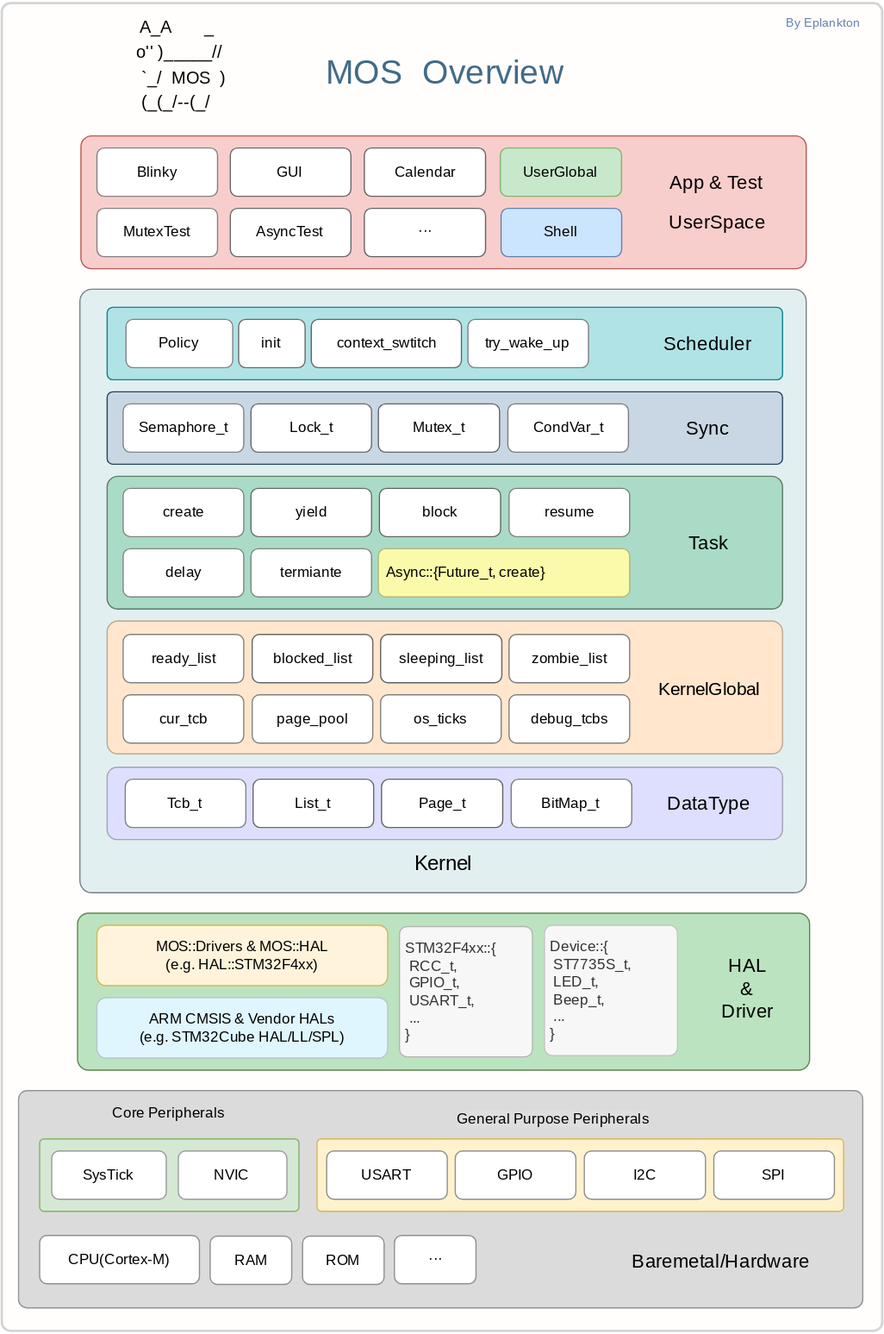
Above: Pic/mos-arch.svg in Eplankton/mos-stm32 (draw.io), before the change. Source tidied: cells renumbered, new cells last; positions are measured from the earlier drawing's top-left corner, leaving out a move shared by most shapes.
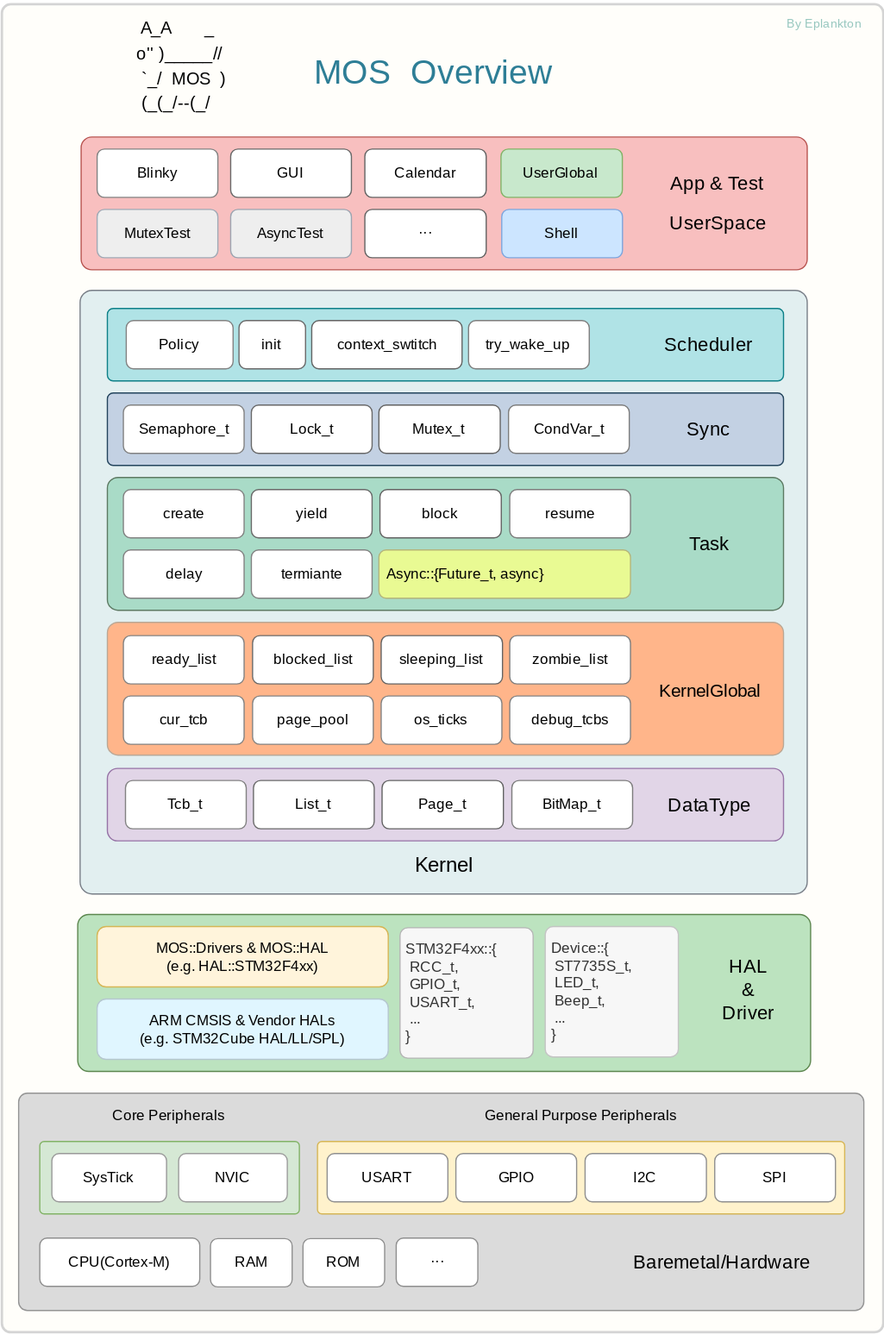
The same file after the commit.

The edit, as a diff of the source:
```diff
@@ -4,3 +4,3 @@
     <mxCell id="1" parent="0" />
-    <mxCell id="2" style="rounded=1;whiteSpace=wrap;html=1;arcSize=1;labelPosition=center;verticalLabelPosition=top;align=center;verticalAlign=bottom;strokeWidth=2;strokeColor=#D4D4D4;fillColor=#FFFEFC;" parent="1" vertex="1">
+    <mxCell id="2" style="rounded=1;whiteSpace=wrap;html=1;arcSize=1;labelPosition=center;verticalLabelPosition=top;align=center;verticalAlign=bottom;strokeWidth=2;strokeColor=#D4D4D4;fillColor=#FFFEFA;" parent="1" vertex="1">
       <mxGeometry y="3" width="730" height="1100" as="geometry" />
@@ -10,3 +10,3 @@
     </mxCell>
-    <mxCell id="4" style="rounded=1;whiteSpace=wrap;html=1;arcSize=14;fillColor=#DEDFFF;strokeColor=#A5A1B5;" parent="1" vertex="1">
+    <mxCell id="4" style="rounded=1;whiteSpace=wrap;html=1;arcSize=14;fillColor=#e1d5e7;strokeColor=#9673a6;" parent="1" vertex="1">
       <mxGeometry x="87.4" y="636" width="560" height="60" as="geometry" />
@@ -28,3 +28,3 @@
     </mxCell>
-    <mxCell id="10" style="rounded=1;whiteSpace=wrap;html=1;arcSize=8;fillColor=#FFE6CC;strokeColor=#BAA896;" parent="1" vertex="1">
+    <mxCell id="10" style="rounded=1;whiteSpace=wrap;html=1;arcSize=8;fillColor=#FFB58A;strokeColor=#BAA896;" parent="1" vertex="1">
       <mxGeometry x="87.4" y="515" width="560" height="110" as="geometry" />
@@ -82,3 +82,3 @@
     </mxCell>
-    <mxCell id="28" style="rounded=1;whiteSpace=wrap;html=1;arcSize=8;fillColor=#C8D7E3;strokeColor=#23445d;" parent="1" vertex="1">
+    <mxCell id="28" style="rounded=1;whiteSpace=wrap;html=1;arcSize=8;fillColor=#C3D1E3;strokeColor=#23445d;" parent="1" vertex="1">
       <mxGeometry x="87.4" y="325" width="560" height="60" as="geometry" />
@@ -100,3 +100,3 @@
     </mxCell>
-    <mxCell id="34" value="&lt;div align=&quot;left&quot;&gt;&lt;font face=&quot;JetBrains Mono&quot;&gt;&amp;nbsp; Async::{Future_t, create}&lt;/font&gt;&lt;/div&gt;" style="rounded=1;whiteSpace=wrap;html=1;strokeColor=#B5B57B;align=left;fillColor=#FAFAAA;" parent="1" vertex="1">
+    <mxCell id="34" value="&lt;div align=&quot;left&quot;&gt;&lt;font face=&quot;JetBrains Mono&quot;&gt;&amp;nbsp; Async::{Future_t, async}&lt;/font&gt;&lt;/div&gt;" style="rounded=1;whiteSpace=wrap;html=1;strokeColor=#B5B57B;align=left;fillColor=#E9FA93;" parent="1" vertex="1">
       <mxGeometry x="312.2" y="455" width="208.4" height="40" as="geometry" />
@@ -122,33 +122,33 @@
     <mxCell id="41" style="rounded=1;whiteSpace=wrap;html=1;arcSize=4;labelPosition=left;verticalLabelPosition=middle;align=right;verticalAlign=middle;fillColor=#DBDBDB;strokeColor=#949494;fontColor=#333333;" parent="1" vertex="1">
-      <mxGeometry x="13.9" y="904" width="700" height="180" as="geometry" />
+      <mxGeometry x="13.9" y="905" width="700" height="180" as="geometry" />
     </mxCell>
     <mxCell id="42" style="rounded=1;whiteSpace=wrap;html=1;arcSize=6;align=center;fontFamily=JetBrains Mono;fontSource=https%3A%2F%2Ffonts.googleapis.com%2Fcss%3Ffamily%3DJetBrains%2BMono;labelPosition=center;verticalLabelPosition=top;verticalAlign=bottom;fillColor=#fff2cc;strokeColor=#d6b656;" parent="1" vertex="1">
-      <mxGeometry x="261.4" y="944" width="436.6" height="60" as="geometry" />
+      <mxGeometry x="261.4" y="945" width="436.6" height="60" as="geometry" />
     </mxCell>
     <mxCell id="43" value="&lt;p align=&quot;center&quot; style=&quot;line-height: 130%;&quot;&gt;&lt;/p&gt;&lt;div align=&quot;center&quot;&gt;Core Peripherals&lt;/div&gt;&lt;p align=&quot;center&quot;&gt;&lt;/p&gt;" style="rounded=1;whiteSpace=wrap;html=1;arcSize=6;align=center;fontFamily=JetBrains Mono;fontSource=https%3A%2F%2Ffonts.googleapis.com%2Fcss%3Ffamily%3DJetBrains%2BMono;labelPosition=center;verticalLabelPosition=top;verticalAlign=bottom;fillColor=#d5e8d4;strokeColor=#82b366;" parent="1" vertex="1">
-      <mxGeometry x="31.4" y="944" width="215" height="60" as="geometry" />
+      <mxGeometry x="31.4" y="945" width="215" height="60" as="geometry" />
     </mxCell>
     <mxCell id="44" value="&lt;font face=&quot;JetBrains Mono&quot;&gt;GPIO&lt;/font&gt;" style="rounded=1;whiteSpace=wrap;html=1;strokeColor=#8F8F8F;" parent="1" vertex="1">
-      <mxGeometry x="376" y="954" width="100" height="40" as="geometry" />
+      <mxGeometry x="376" y="955" width="100" height="40" as="geometry" />
     </mxCell>
     <mxCell id="45" value="&lt;font face=&quot;JetBrains Mono&quot;&gt;I2C&lt;/font&gt;" style="rounded=1;whiteSpace=wrap;html=1;strokeColor=#8F8F8F;" parent="1" vertex="1">
-      <mxGeometry x="483" y="954" width="100.5" height="40" as="geometry" />
+      <mxGeometry x="483" y="955" width="100.5" height="40" as="geometry" />
     </mxCell>
     <mxCell id="46" value="&lt;font face=&quot;JetBrains Mono&quot;&gt;SPI&lt;/font&gt;" style="rounded=1;whiteSpace=wrap;html=1;align=center;verticalAlign=middle;fontStyle=0;strokeColor=#8F8F8F;" parent="1" vertex="1">
-      <mxGeometry x="590.4" y="954" width="100" height="40" as="geometry" />
+      <mxGeometry x="590.4" y="955" width="100" height="40" as="geometry" />
     </mxCell>
     <mxCell id="47" value="&lt;font face=&quot;JetBrains Mono&quot;&gt;SysTick&lt;/font&gt;" style="rounded=1;whiteSpace=wrap;html=1;strokeColor=#999999;" parent="1" vertex="1">
-      <mxGeometry x="41.4" y="954" width="95" height="40" as="geometry" />
+      <mxGeometry x="41.4" y="955" width="95" height="40" as="geometry" />
     </mxCell>
     <mxCell id="48" value="&lt;font face=&quot;JetBrains Mono&quot;&gt;NVIC&lt;/font&gt;" style="rounded=1;whiteSpace=wrap;html=1;strokeColor=#9C9C9C;" parent="1" vertex="1">
-      <mxGeometry x="146.4" y="954" width="90" height="40" as="geometry" />
+      <mxGeometry x="146.4" y="955" width="90" height="40" as="geometry" />
     </mxCell>
     <mxCell id="49" value="&lt;font face=&quot;JetBrains Mono&quot;&gt;USART&lt;/font&gt;" style="rounded=1;whiteSpace=wrap;html=1;strokeColor=#8F8F8F;" parent="1" vertex="1">
-      <mxGeometry x="269.4" y="954" width="100" height="40" as="geometry" />
+      <mxGeometry x="269.4" y="955" width="100" height="40" as="geometry" />
     </mxCell>
     <mxCell id="50" value="&lt;font style=&quot;font-size: 16px;&quot; face=&quot;JetBrains Mono&quot;&gt;Baremetal/Hardware&lt;/font&gt;" style="text;html=1;align=center;verticalAlign=middle;strokeColor=none;fillColor=none;" parent="1" vertex="1">
-      <mxGeometry x="496.4" y="1029.5" width="200" height="30" as="geometry" />
+      <mxGeometry x="496.4" y="1030.5" width="200" height="30" as="geometry" />
     </mxCell>
     <mxCell id="51" value="&lt;div&gt;&lt;font face=&quot;JetBrains Mono&quot;&gt;CPU(Cortex-M)&lt;/font&gt;&lt;/div&gt;" style="rounded=1;whiteSpace=wrap;html=1;strokeColor=#8F8F8F;" parent="1" vertex="1">
-      <mxGeometry x="31.4" y="1024" width="132.5" height="40" as="geometry" />
+      <mxGeometry x="31.4" y="1025" width="132.5" height="40" as="geometry" />
     </mxCell>
@@ -164,3 +164,3 @@
     <mxCell id="55" value="&lt;font face=&quot;JetBrains Mono&quot;&gt;ROM&lt;/font&gt;" style="rounded=1;whiteSpace=wrap;html=1;strokeColor=#8F8F8F;" parent="1" vertex="1">
-      <mxGeometry x="249.4" y="1024.5" width="67.6" height="40" as="geometry" />
+      <mxGeometry x="249.4" y="1025.5" width="67.6" height="40" as="geometry" />
     </mxCell>
@@ -169,3 +169,3 @@
     </mxCell>
-    <mxCell id="57" style="rounded=1;whiteSpace=wrap;html=1;arcSize=8;fillColor=#f8cecc;strokeColor=#b85450;" parent="1" vertex="1">
+    <mxCell id="57" style="rounded=1;whiteSpace=wrap;html=1;arcSize=8;fillColor=#F8BFBF;strokeColor=#b85450;" parent="1" vertex="1">
       <mxGeometry x="65.6" y="113" width="601.4" height="110" as="geometry" />
@@ -178,3 +178,3 @@
     </mxCell>
-    <mxCell id="60" value="&lt;font face=&quot;JetBrains Mono&quot;&gt;Shell&lt;/font&gt;" style="rounded=1;whiteSpace=wrap;html=1;align=center;verticalAlign=middle;fontStyle=0;strokeColor=#6281AD;fillColor=#cce5ff;" parent="1" vertex="1">
+    <mxCell id="60" value="&lt;font face=&quot;JetBrains Mono&quot;&gt;Shell&lt;/font&gt;" style="rounded=1;whiteSpace=wrap;html=1;align=center;verticalAlign=middle;fontStyle=0;strokeColor=#7DA6DE;fillColor=#cce5ff;" parent="1" vertex="1">
       <mxGeometry x="414" y="173" width="100" height="40" as="geometry" />
@@ -187,6 +187,6 @@
     </mxCell>
-    <mxCell id="63" value="&lt;font face=&quot;JetBrains Mono&quot;&gt;AsyncTest&lt;/font&gt;" style="rounded=1;whiteSpace=wrap;html=1;strokeColor=#696969;" parent="1" vertex="1">
+    <mxCell id="63" value="&lt;font face=&quot;JetBrains Mono&quot;&gt;AsyncTest&lt;/font&gt;" style="rounded=1;whiteSpace=wrap;html=1;strokeColor=#9CA4B0;fillColor=#eeeeee;" parent="1" vertex="1">
       <mxGeometry x="189.5" y="173" width="100" height="40" as="geometry" />
     </mxCell>
-    <mxCell id="64" value="&lt;font face=&quot;JetBrains Mono&quot;&gt;MutexTest&lt;/font&gt;" style="rounded=1;whiteSpace=wrap;html=1;strokeColor=#828282;" parent="1" vertex="1">
+    <mxCell id="64" value="&lt;font face=&quot;JetBrains Mono&quot;&gt;MutexTest&lt;/font&gt;" style="rounded=1;whiteSpace=wrap;html=1;strokeColor=#A0A9B5;fillColor=#eeeeee;" parent="1" vertex="1">
       <mxGeometry x="78.9" y="173" width="100" height="40" as="geometry" />
@@ -199,6 +199,6 @@
     </mxCell>
-    <mxCell id="67" value="&lt;h2 style=&quot;font-size: 28px;&quot;&gt;&lt;font color=&quot;#426b87&quot; style=&quot;font-size: 28px;&quot; face=&quot;Protest Strike&quot;&gt;&lt;span style=&quot;font-weight: normal;&quot;&gt;MOS&amp;nbsp; Overview&lt;/span&gt;&lt;/font&gt;&lt;font color=&quot;#426b87&quot; style=&quot;font-size: 28px;&quot; face=&quot;Protest Strike&quot;&gt;&lt;span style=&quot;font-weight: normal;&quot;&gt;&lt;br&gt;&lt;/span&gt;&lt;/font&gt;&lt;/h2&gt;" style="text;html=1;align=center;verticalAlign=middle;strokeColor=none;fillColor=none;" parent="1" vertex="1">
-      <mxGeometry x="267.4" y="15" width="200" height="90" as="geometry" />
+    <mxCell id="67" value="&lt;h2 style=&quot;font-size: 28px;&quot;&gt;&lt;font color=&quot;#2e7e96&quot; style=&quot;font-size: 28px;&quot; face=&quot;Protest Strike&quot;&gt;&lt;span style=&quot;font-weight: normal;&quot;&gt;MOS&amp;nbsp; Overview&lt;/span&gt;&lt;/font&gt;&lt;font color=&quot;#2e7e96&quot; style=&quot;font-size: 28px;&quot; face=&quot;Protest Strike&quot;&gt;&lt;span style=&quot;font-weight: normal;&quot;&gt;&lt;br&gt;&lt;/span&gt;&lt;/font&gt;&lt;/h2&gt;" style="text;html=1;align=center;verticalAlign=middle;strokeColor=none;fillColor=none;" parent="1" vertex="1">
+      <mxGeometry x="257.4" y="14" width="200" height="90" as="geometry" />
     </mxCell>
-    <mxCell id="68" value="&lt;font color=&quot;#6281ad&quot; face=&quot;JetBrains Mono&quot; style=&quot;font-size: 10px;&quot;&gt;By Eplankton&lt;br&gt;&lt;/font&gt;" style="text;html=1;align=center;verticalAlign=middle;strokeColor=none;fillColor=none;" parent="1" vertex="1">
+    <mxCell id="68" value="&lt;font color=&quot;#97c7bf&quot; face=&quot;JetBrains Mono&quot; style=&quot;font-size: 10px;&quot;&gt;By Eplankton&lt;br&gt;&lt;/font&gt;" style="text;html=1;align=center;verticalAlign=middle;strokeColor=none;fillColor=none;fontColor=#82ABA4;" parent="1" vertex="1">
       <mxGeometry x="630.7" y="4" width="100" height="30" as="geometry" />
@@ -206,8 +206,8 @@
     <mxCell id="69" value="&lt;font face=&quot;JetBrains Mono&quot;&gt;RAM&lt;/font&gt;" style="rounded=1;whiteSpace=wrap;html=1;strokeColor=#8F8F8F;" parent="1" vertex="1">
-      <mxGeometry x="172.8" y="1024.5" width="67.6" height="40" as="geometry" />
+      <mxGeometry x="172.8" y="1025.5" width="67.6" height="40" as="geometry" />
     </mxCell>
     <mxCell id="70" value="&lt;font face=&quot;JetBrains Mono&quot;&gt;···&lt;/font&gt;" style="rounded=1;whiteSpace=wrap;html=1;strokeColor=#8F8F8F;" parent="1" vertex="1">
-      <mxGeometry x="325.6" y="1024" width="67.6" height="40" as="geometry" />
+      <mxGeometry x="326.6" y="1025" width="67.6" height="40" as="geometry" />
     </mxCell>
-    <mxCell id="71" value="&lt;font face=&quot;JetBrains Mono&quot; style=&quot;font-size: 17px;&quot;&gt;Kernel&lt;/font&gt;" style="text;html=1;align=center;verticalAlign=middle;strokeColor=none;fillColor=none;" parent="1" vertex="1">
+    <mxCell id="71" value="&lt;font style=&quot;font-size: 17px;&quot;&gt;Kernel&lt;/font&gt;" style="text;html=1;align=center;verticalAlign=middle;strokeColor=none;fillColor=none;rounded=0;horizontal=1;fontStyle=0;fontFamily=JetBrains Mono;fontSource=https%3A%2F%2Ffonts.googleapis.com%2Fcss%3Ffamily%3DJetBrains%2BMono;" parent="1" vertex="1">
       <mxGeometry x="325.7" y="702" width="80" height="30" as="geometry" />
@@ -226,4 +226,4 @@
     </mxCell>
-    <mxCell id="76" value="&lt;p style=&quot;line-height: 60%;&quot; align=&quot;center&quot;&gt;&lt;/p&gt;&lt;div align=&quot;center&quot; style=&quot;font-size: 13px;&quot;&gt;&lt;font face=&quot;JetBrains Mono&quot; size=&quot;1&quot;&gt;&lt;strong style=&quot;line-height: var(--cib-type-body1-strong-line-height); font-weight: var(--cib-type-body1-strong-font-weight); font-variation-settings: var(--cib-type-body1-strong-font-variation-settings); font-style: normal; font-variant-ligatures: normal; font-variant-caps: normal; letter-spacing: normal; text-align: left; text-indent: 0px; text-transform: none; word-spacing: 0px; -webkit-text-stroke-width: 0px; background-color: rgba(255, 255, 255, 0.08); text-decoration-thickness: initial; text-decoration-style: initial; text-decoration-color: initial; font-size: 12px;&quot;&gt;General Purpose Peripherals&lt;/strong&gt;&lt;/font&gt;&lt;/div&gt;" style="text;whiteSpace=wrap;html=1;" parent="1" vertex="1">
-      <mxGeometry x="376" y="901" width="230" height="54" as="geometry" />
+    <mxCell id="76" value="&lt;p align=&quot;center&quot; style=&quot;line-height: 60%;&quot;&gt;&lt;/p&gt;&lt;div align=&quot;center&quot; style=&quot;font-size: 13px;&quot;&gt;&lt;font face=&quot;JetBrains Mono&quot; size=&quot;1&quot;&gt;&lt;strong style=&quot;line-height: var(--cib-type-body1-strong-line-height); font-weight: var(--cib-type-body1-strong-font-weight); font-variation-settings: var(--cib-type-body1-strong-font-variation-settings); font-style: normal; font-variant-ligatures: normal; font-variant-caps: normal; letter-spacing: normal; text-indent: 0px; text-transform: none; word-spacing: 0px; -webkit-text-stroke-width: 0px; text-decoration-thickness: initial; text-decoration-style: initial; text-decoration-color: initial; font-size: 12px;&quot;&gt;General Purpose Peripherals&lt;/strong&gt;&lt;/font&gt;&lt;/div&gt;" style="text;whiteSpace=wrap;html=1;align=center;" parent="1" vertex="1">
+      <mxGeometry x="364.7" y="897" width="230" height="54" as="geometry" />
     </mxCell>
```
